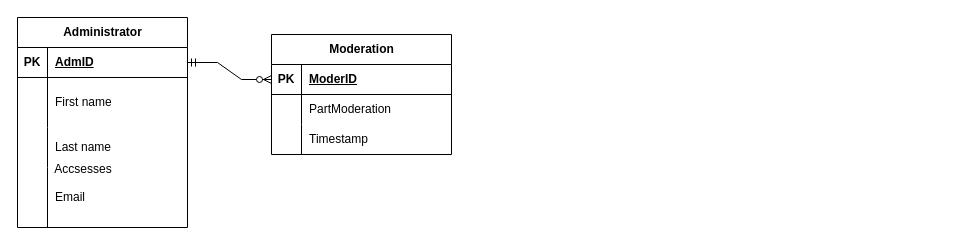
mpdpl/mpdpl keeps this draw.io diagram as спиральнаямодель.drawio. Above is the earlier version. Source tidied: cells renumbered, new cells numbered last; positions are measured from the earlier drawing's top-left corner, leaving out a move shared by most shapes. Both pictures are drawn from the tidied source at 100%, with x=0, y=0 at pixel (17, 17).
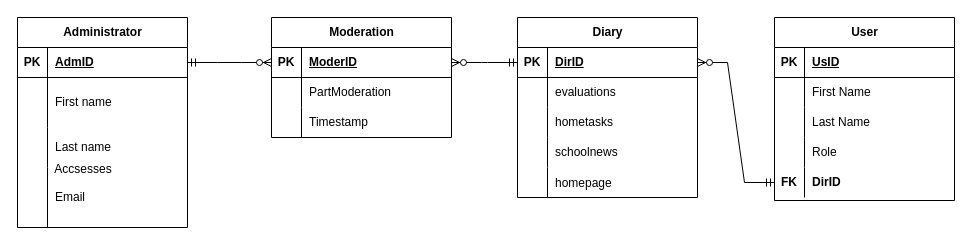
The same diagram, later.

Unchanged cells that the change refers to:
```xml
<mxCell id="17" style="shape=tableRow;horizontal=0;startSize=0;swimlaneHead=0;swimlaneBody=0;fillColor=none;points=[[0,0.5],[1,0.5]];portConstraint=eastwest;top=0;left=0;right=0;bottom=1;" parent="16" vertex="1">
  <mxGeometry y="30" width="180" height="30" as="geometry" />
</mxCell>
```

What changed in the source:
```diff
@@
     <mxCell id="16" value="Moderation" style="shape=table;startSize=30;childLayout=tableLayout;rowLines=0;fontStyle=1;align=center;html=1;" parent="1" vertex="1">
-      <mxGeometry x="254" y="17" width="180" height="120" as="geometry" />
+      <mxGeometry x="254" width="180" height="120" as="geometry" />
     </mxCell>
@@
+    <mxCell id="27" value="Diary" style="shape=table;startSize=30;childLayout=tableLayout;rowLines=0;fontStyle=1;align=center;html=1;" parent="1" vertex="1">
+      <mxGeometry x="500" width="180" height="180" as="geometry" />
+    </mxCell>
+    <mxCell id="28" style="shape=tableRow;horizontal=0;startSize=0;swimlaneHead=0;swimlaneBody=0;fillColor=none;points=[[0,0.5],[1,0.5]];portConstraint=eastwest;top=0;left=0;right=0;bottom=1;" parent="27" vertex="1">
+      <mxGeometry y="30" width="180" height="30" as="geometry" />
+    </mxCell>
+    <mxCell id="29" value="PK" style="shape=partialRectangle;fillColor=none;top=0;left=0;bottom=0;right=0;fontStyle=1;overflow=hidden;whiteSpace=wrap;html=1;" parent="28" vertex="1">
+      <mxGeometry width="30" height="30" as="geometry" />
+    </mxCell>
+    <mxCell id="30" value="DirID" style="shape=partialRectangle;fillColor=none;top=0;left=0;bottom=0;right=0;align=left;spacingLeft=6;fontStyle=5;overflow=hidden;whiteSpace=wrap;html=1;" parent="28" vertex="1">
+      <mxGeometry x="30" width="150" height="30" as="geometry" />
+    </mxCell>
+    <mxCell id="31" style="shape=tableRow;horizontal=0;startSize=0;swimlaneHead=0;swimlaneBody=0;fillColor=none;top=0;left=0;right=0;bottom=0;" parent="27" vertex="1">
+      <mxGeometry y="60" width="180" height="30" as="geometry" />
+    </mxCell>
+    <mxCell id="32" style="shape=partialRectangle;fillColor=none;top=0;left=0;bottom=0;right=0;overflow=hidden;whiteSpace=wrap;html=1;" parent="31" vertex="1">
+      <mxGeometry width="30" height="30" as="geometry" />
+    </mxCell>
+    <mxCell id="33" value="evaluations" style="shape=partialRectangle;fillColor=none;top=0;left=0;bottom=0;right=0;align=left;spacingLeft=6;overflow=hidden;whiteSpace=wrap;html=1;" parent="31" vertex="1">
+      <mxGeometry x="30" width="150" height="30" as="geometry" />
+    </mxCell>
+    <mxCell id="34" style="shape=tableRow;horizontal=0;startSize=0;swimlaneHead=0;swimlaneBody=0;fillColor=none;top=0;left=0;right=0;bottom=0;" parent="27" vertex="1">
+      <mxGeometry y="90" width="180" height="30" as="geometry" />
+    </mxCell>
+    <mxCell id="35" style="shape=partialRectangle;fillColor=none;top=0;left=0;bottom=0;right=0;overflow=hidden;whiteSpace=wrap;html=1;" parent="34" vertex="1">
+      <mxGeometry width="30" height="30" as="geometry" />
+    </mxCell>
+    <mxCell id="36" value="hometasks" style="shape=partialRectangle;fillColor=none;top=0;left=0;bottom=0;right=0;align=left;spacingLeft=6;overflow=hidden;whiteSpace=wrap;html=1;" parent="34" vertex="1">
+      <mxGeometry x="30" width="150" height="30" as="geometry" />
+    </mxCell>
+    <mxCell id="37" style="shape=tableRow;horizontal=0;startSize=0;swimlaneHead=0;swimlaneBody=0;fillColor=none;top=0;left=0;right=0;bottom=0;" parent="27" vertex="1">
+      <mxGeometry y="120" width="180" height="30" as="geometry" />
+    </mxCell>
+    <mxCell id="38" style="shape=partialRectangle;fillColor=none;top=0;left=0;bottom=0;right=0;overflow=hidden;whiteSpace=wrap;html=1;" parent="37" vertex="1">
+      <mxGeometry width="30" height="30" as="geometry" />
+    </mxCell>
+    <mxCell id="39" value="schoolnews" style="shape=partialRectangle;fillColor=none;top=0;left=0;bottom=0;right=0;align=left;spacingLeft=6;overflow=hidden;whiteSpace=wrap;html=1;" parent="37" vertex="1">
+      <mxGeometry x="30" width="150" height="30" as="geometry" />
+    </mxCell>
+    <mxCell id="40" style="shape=tableRow;horizontal=0;startSize=0;swimlaneHead=0;swimlaneBody=0;fillColor=none;top=0;left=0;right=0;bottom=0;" parent="27" vertex="1">
+      <mxGeometry y="150" width="180" height="30" as="geometry" />
+    </mxCell>
+    <mxCell id="41" style="shape=partialRectangle;fillColor=none;top=0;left=0;bottom=0;right=0;overflow=hidden;" parent="40" vertex="1">
+      <mxGeometry width="30" height="30" as="geometry" />
+    </mxCell>
+    <mxCell id="42" value="homepage" style="shape=partialRectangle;fillColor=none;top=0;left=0;bottom=0;right=0;align=left;spacingLeft=6;overflow=hidden;" parent="40" vertex="1">
+      <mxGeometry x="30" width="150" height="30" as="geometry" />
+    </mxCell>
+    <mxCell id="43" style="edgeStyle=entityRelationEdgeStyle;fontSize=12;html=1;endArrow=ERzeroToMany;startArrow=ERmandOne;rounded=0;exitX=0;exitY=0.5;exitDx=0;exitDy=0;entryX=1;entryY=0.5;entryDx=0;entryDy=0;" parent="1" edge="1" source="28" target="17">
+      <mxGeometry relative="1" as="geometry" />
+    </mxCell>
+    <mxCell id="44" value="User" style="shape=table;startSize=30;childLayout=tableLayout;rowLines=0;fontStyle=1;align=center;html=1;" parent="1" vertex="1">
+      <mxGeometry x="757" width="180" height="183" as="geometry" />
+    </mxCell>
+    <mxCell id="45" style="shape=tableRow;horizontal=0;startSize=0;swimlaneHead=0;swimlaneBody=0;fillColor=none;top=0;left=0;right=0;bottom=1;" parent="44" vertex="1">
+      <mxGeometry y="30" width="180" height="30" as="geometry" />
+    </mxCell>
+    <mxCell id="46" value="PK" style="shape=partialRectangle;fillColor=none;top=0;left=0;bottom=0;right=0;fontStyle=1;overflow=hidden;whiteSpace=wrap;html=1;" parent="45" vertex="1">
+      <mxGeometry width="30" height="30" as="geometry" />
+    </mxCell>
+    <mxCell id="47" value="UsID" style="shape=partialRectangle;fillColor=none;top=0;left=0;bottom=0;right=0;align=left;spacingLeft=6;fontStyle=5;overflow=hidden;whiteSpace=wrap;html=1;" parent="45" vertex="1">
+      <mxGeometry x="30" width="150" height="30" as="geometry" />
+    </mxCell>
+    <mxCell id="48" style="shape=tableRow;horizontal=0;startSize=0;swimlaneHead=0;swimlaneBody=0;fillColor=none;top=0;left=0;right=0;bottom=0;" parent="44" vertex="1">
+      <mxGeometry y="60" width="180" height="30" as="geometry" />
+    </mxCell>
+    <mxCell id="49" style="shape=partialRectangle;fillColor=none;top=0;left=0;bottom=0;right=0;overflow=hidden;whiteSpace=wrap;html=1;" parent="48" vertex="1">
+      <mxGeometry width="30" height="30" as="geometry" />
+    </mxCell>
+    <mxCell id="50" value="First Name" style="shape=partialRectangle;fillColor=none;top=0;left=0;bottom=0;right=0;align=left;spacingLeft=6;overflow=hidden;whiteSpace=wrap;html=1;" parent="48" vertex="1">
+      <mxGeometry x="30" width="150" height="30" as="geometry" />
+    </mxCell>
+    <mxCell id="51" style="shape=tableRow;horizontal=0;startSize=0;swimlaneHead=0;swimlaneBody=0;fillColor=none;top=0;left=0;right=0;bottom=0;" parent="44" vertex="1">
+      <mxGeometry y="90" width="180" height="30" as="geometry" />
+    </mxCell>
+    <mxCell id="52" style="shape=partialRectangle;fillColor=none;top=0;left=0;bottom=0;right=0;overflow=hidden;whiteSpace=wrap;html=1;" parent="51" vertex="1">
+      <mxGeometry width="30" height="30" as="geometry" />
+    </mxCell>
+    <mxCell id="53" value="Last Name" style="shape=partialRectangle;fillColor=none;top=0;left=0;bottom=0;right=0;align=left;spacingLeft=6;overflow=hidden;whiteSpace=wrap;html=1;" parent="51" vertex="1">
+      <mxGeometry x="30" width="150" height="30" as="geometry" />
+    </mxCell>
+    <mxCell id="54" style="shape=tableRow;horizontal=0;startSize=0;swimlaneHead=0;swimlaneBody=0;fillColor=none;top=0;left=0;right=0;bottom=0;" parent="44" vertex="1">
+      <mxGeometry y="120" width="180" height="30" as="geometry" />
+    </mxCell>
+    <mxCell id="55" style="shape=partialRectangle;fillColor=none;top=0;left=0;bottom=0;right=0;overflow=hidden;whiteSpace=wrap;html=1;" parent="54" vertex="1">
+      <mxGeometry width="30" height="30" as="geometry" />
+    </mxCell>
+    <mxCell id="56" value="Role" style="shape=partialRectangle;fillColor=none;top=0;left=0;bottom=0;right=0;align=left;spacingLeft=6;overflow=hidden;whiteSpace=wrap;html=1;" parent="54" vertex="1">
+      <mxGeometry x="30" width="150" height="30" as="geometry" />
+    </mxCell>
+    <mxCell id="57" style="shape=tableRow;horizontal=0;startSize=0;swimlaneHead=0;swimlaneBody=0;fillColor=none;points=[[0,0.5],[1,0.5]];portConstraint=eastwest;top=0;left=0;right=0;bottom=0;" parent="44" vertex="1">
+      <mxGeometry y="150" width="180" height="30" as="geometry" />
+    </mxCell>
+    <mxCell id="58" value="&lt;b&gt;FK&lt;/b&gt;" style="shape=partialRectangle;fillColor=none;top=0;left=0;bottom=0;right=0;fontStyle=0;overflow=hidden;whiteSpace=wrap;html=1;" parent="57" vertex="1">
+      <mxGeometry width="30" height="30" as="geometry" />
+    </mxCell>
+    <mxCell id="59" value="&lt;b&gt;DirID&lt;/b&gt;" style="shape=partialRectangle;fillColor=none;top=0;left=0;bottom=0;right=0;align=left;spacingLeft=6;fontStyle=0;overflow=hidden;whiteSpace=wrap;html=1;" parent="57" vertex="1">
+      <mxGeometry x="30" width="150" height="30" as="geometry" />
+    </mxCell>
+    <mxCell id="60" style="edgeStyle=entityRelationEdgeStyle;fontSize=12;html=1;endArrow=ERzeroToMany;startArrow=ERmandOne;rounded=0;exitX=0;exitY=0.5;exitDx=0;exitDy=0;entryX=1;entryY=0.5;entryDx=0;entryDy=0;" parent="1" edge="1" source="57" target="28">
+      <mxGeometry relative="1" as="geometry" />
+    </mxCell>
```
